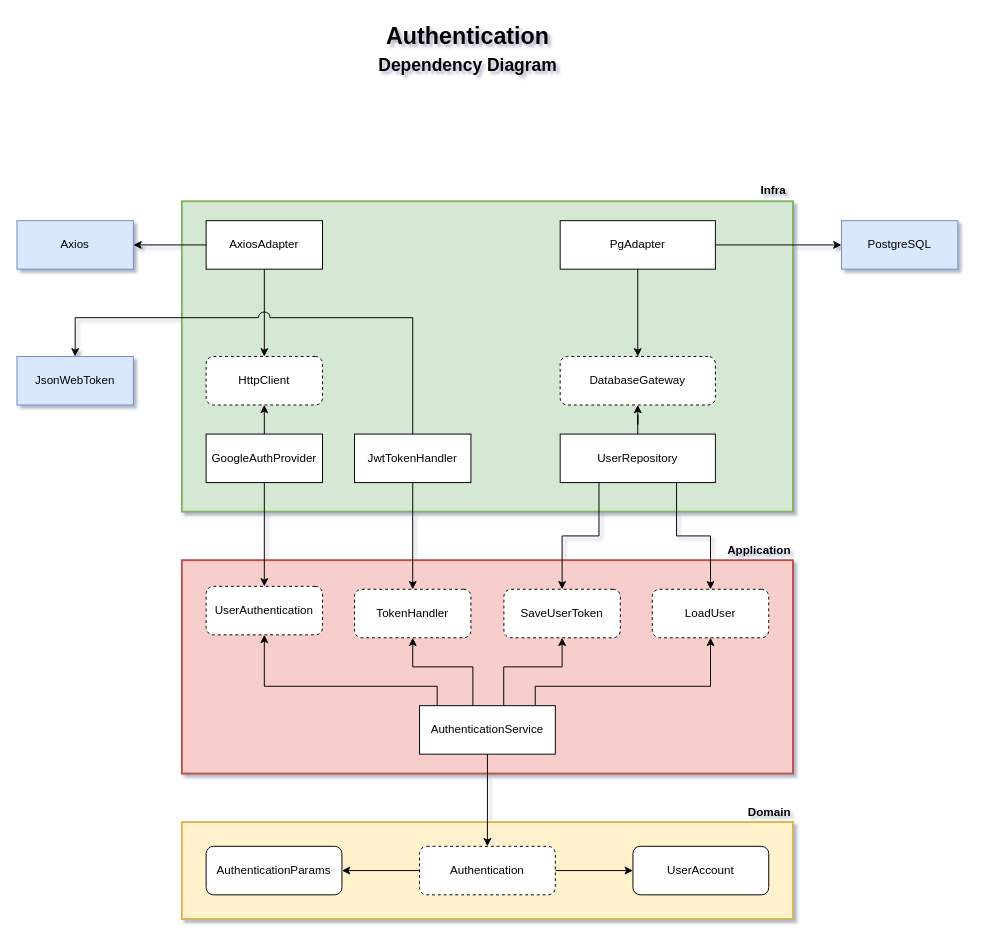
The draw.io diagram docs/diagrams/authentication.drawio in minha-ies/training-backend, before the edit. Source tidied: cells renumbered, new cells numbered last; positions are measured from the earlier drawing's top-left corner, leaving out a move shared by most shapes. Both pictures are drawn from the tidied source at 97%, with x=0, y=0 at pixel (16, 16).
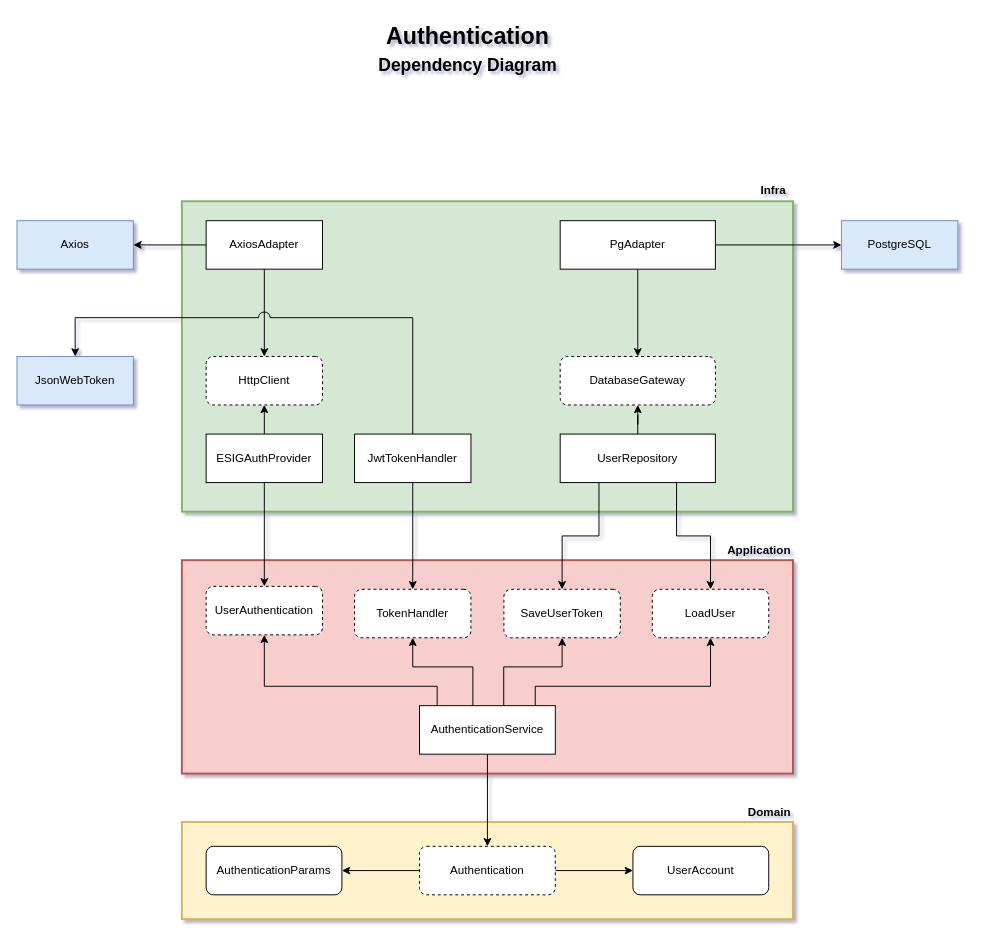
Above is the later version.

The edit, as a diff of the source:
```diff
@@
-    <mxCell id="36" value="GoogleAuthProvider" style="rounded=0;whiteSpace=wrap;html=1;glass=0;shadow=0;points=[[0,0,0,0,0],[0,0.25,0,0,0],[0,0.5,0,0,0],[0,0.75,0,0,0],[0,1,0,0,0],[0.13,0,0,0,0],[0.25,0,0,0,0],[0.25,1,0,0,0],[0.38,0,0,0,0],[0.5,0,0,0,0],[0.5,1,0,0,0],[0.62,0,0,0,0],[0.75,0,0,0,0],[0.75,1,0,0,0],[0.88,0,0,0,0],[1,0,0,0,0],[1,0.25,0,0,0],[1,0.5,0,0,0],[1,0.75,0,0,0],[1,1,0,0,0]];" parent="1" vertex="1">
+    <mxCell id="36" value="ESIGAuthProvider" style="rounded=0;whiteSpace=wrap;html=1;glass=0;shadow=0;points=[[0,0,0,0,0],[0,0.25,0,0,0],[0,0.5,0,0,0],[0,0.75,0,0,0],[0,1,0,0,0],[0.13,0,0,0,0],[0.25,0,0,0,0],[0.25,1,0,0,0],[0.38,0,0,0,0],[0.5,0,0,0,0],[0.5,1,0,0,0],[0.62,0,0,0,0],[0.75,0,0,0,0],[0.75,1,0,0,0],[0.88,0,0,0,0],[1,0,0,0,0],[1,0.25,0,0,0],[1,0.5,0,0,0],[1,0.75,0,0,0],[1,1,0,0,0]];" parent="1" vertex="1">
       <mxGeometry x="195" y="430" width="120" height="50" as="geometry" />
     </mxCell>
```
